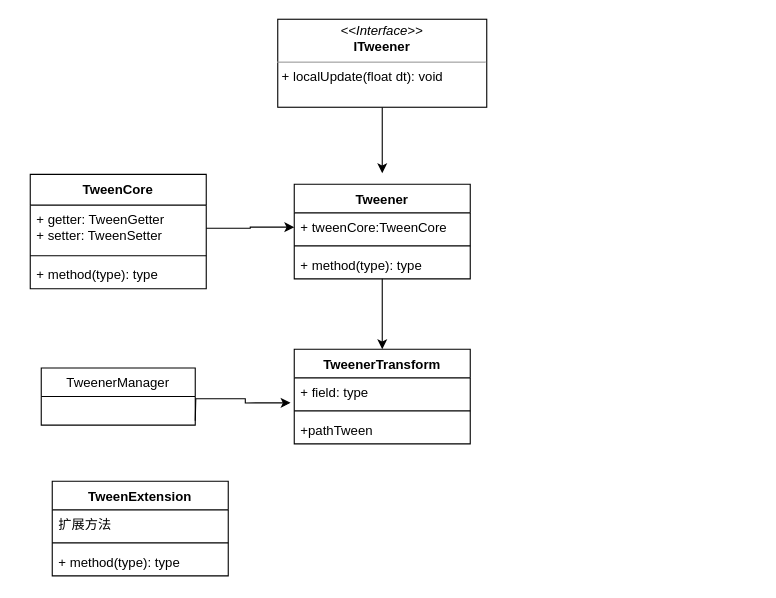
The draw.io diagram Imitate-Soul-Knight-Project/Tween.drawio in AnYueBoy/Imitate-Soul-Knight, before the edit. Source tidied: cells renumbered, new cells numbered last; positions are measured from the earlier drawing's top-left corner, leaving out a move shared by most shapes. Both pictures are drawn from the tidied source at 110%, with x=0, y=0 at pixel (30, 19).
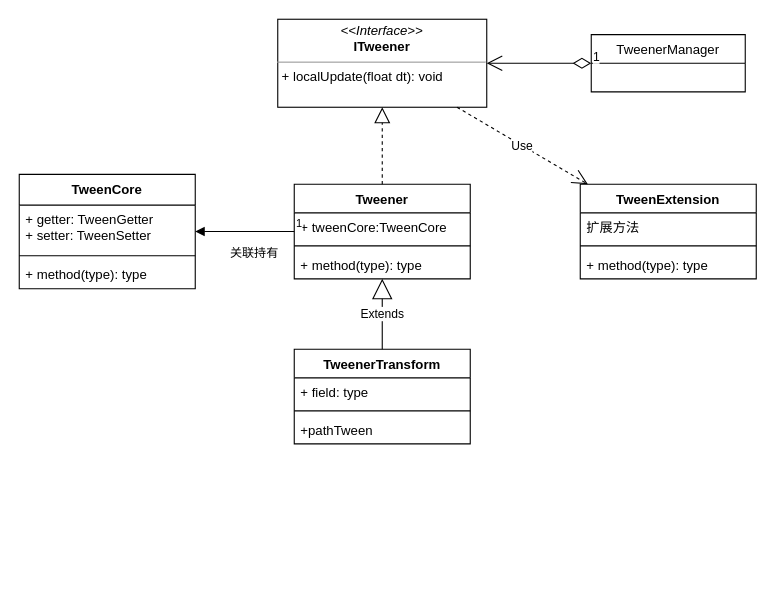
The same page after the edit.

Commit message:
调整Tween的逻辑架构

Unchanged cells that the change refers to:
```xml
<mxCell id="4" value="Tweener&#10;" style="swimlane;fontStyle=1;align=center;verticalAlign=top;horizontal=1;startSize=26;" parent="1" vertex="1">
  <mxGeometry x="240" y="150" width="160" height="86" as="geometry" />
</mxCell>
<mxCell id="5" value="+ tweenCore:TweenCore" style="text;strokeColor=none;fillColor=none;align=left;verticalAlign=top;spacingLeft=4;spacingRight=4;overflow=hidden;points=[[0,0.5],[1,0.5]];portConstraint=eastwest;" parent="4" vertex="1">
  <mxGeometry y="26" width="160" height="26" as="geometry" />
</mxCell>
<mxCell id="9" value="+ getter: TweenGetter&#10;+ setter: TweenSetter" style="text;strokeColor=none;fillColor=none;align=left;verticalAlign=top;spacingLeft=4;spacingRight=4;overflow=hidden;points=[[0,0.5],[1,0.5]];portConstraint=eastwest;" parent="8" vertex="1">
  <mxGeometry y="28" width="160" height="42" as="geometry" />
</mxCell>
<mxCell id="12" value="&lt;p style=&quot;margin: 0px ; margin-top: 4px ; text-align: center&quot;&gt;&lt;i&gt;&amp;lt;&amp;lt;Interface&amp;gt;&amp;gt;&lt;/i&gt;&lt;br&gt;&lt;b&gt;ITweener&lt;/b&gt;&lt;/p&gt;&lt;hr size=&quot;1&quot;&gt;&lt;p style=&quot;margin: 0px ; margin-left: 4px&quot;&gt;+ localUpdate(float dt): void&lt;br&gt;&lt;/p&gt;" style="verticalAlign=top;align=left;overflow=fill;fontSize=12;fontFamily=Helvetica;html=1;" parent="1" vertex="1">
  <mxGeometry x="225" width="190" height="80" as="geometry" />
</mxCell>
<mxCell id="13" value="TweenerTransform" style="swimlane;fontStyle=1;align=center;verticalAlign=top;horizontal=1;startSize=26;" parent="1" vertex="1">
  <mxGeometry x="240" y="300" width="160" height="86" as="geometry" />
</mxCell>
<mxCell id="14" value="+ field: type" style="text;strokeColor=none;fillColor=none;align=left;verticalAlign=top;spacingLeft=4;spacingRight=4;overflow=hidden;points=[[0,0.5],[1,0.5]];portConstraint=eastwest;" parent="13" vertex="1">
  <mxGeometry y="26" width="160" height="26" as="geometry" />
</mxCell>
```

Diff of the diagram source:
```diff
@@
-    <mxCell id="2" style="edgeStyle=orthogonalEdgeStyle;rounded=0;orthogonalLoop=1;jettySize=auto;html=1;" parent="1" edge="1">
-      <mxGeometry relative="1" as="geometry">
-        <mxPoint x="320" y="80" as="sourcePoint" />
-        <mxPoint x="320" y="140" as="targetPoint" />
-      </mxGeometry>
-    </mxCell>
-    <mxCell id="3" style="edgeStyle=orthogonalEdgeStyle;rounded=0;jettySize=auto;html=1;entryX=0.5;entryY=0;entryDx=0;entryDy=0;" parent="1" edge="1" source="4" target="13">
-      <mxGeometry relative="1" as="geometry" />
-    </mxCell>
@@
     <mxCell id="8" value="TweenCore&#10;" style="swimlane;fontStyle=1;align=center;verticalAlign=top;horizontal=1;startSize=28;" parent="1" vertex="1">
-      <mxGeometry y="141" width="160" height="104" as="geometry" />
+      <mxGeometry x="-10" y="141" width="160" height="104" as="geometry" />
     </mxCell>
@@
-    <mxCell id="17" style="edgeStyle=orthogonalEdgeStyle;rounded=0;jettySize=auto;html=1;entryX=0;entryY=0.5;entryDx=0;entryDy=0;" parent="1" edge="1" source="9" target="5">
-      <mxGeometry relative="1" as="geometry" />
-    </mxCell>
     <mxCell id="18" value="TweenerManager" style="swimlane;fontStyle=0;horizontal=1;startSize=26;fillColor=none;" parent="1" vertex="1">
-      <mxGeometry x="10" y="317" width="140" height="52" as="geometry" />
+      <mxGeometry x="510" y="14" width="140" height="52" as="geometry" />
     </mxCell>
-    <mxCell id="19" style="edgeStyle=orthogonalEdgeStyle;rounded=0;jettySize=auto;html=1;exitX=1;exitY=0.5;exitDx=0;exitDy=0;entryX=-0.021;entryY=0.875;entryDx=0;entryDy=0;entryPerimeter=0;" parent="1" edge="1" target="14">
-      <mxGeometry relative="1" as="geometry">
-        <mxPoint x="150" y="365" as="sourcePoint" />
-      </mxGeometry>
-    </mxCell>
     <mxCell id="20" value="TweenExtension" style="swimlane;fontStyle=1;align=center;verticalAlign=top;horizontal=1;startSize=26;" parent="1" vertex="1">
-      <mxGeometry x="20" y="420" width="160" height="86" as="geometry" />
+      <mxGeometry x="500" y="150" width="160" height="86" as="geometry" />
     </mxCell>
@@
+    <mxCell id="24" style="endArrow=block;dashed=1;endFill=0;endSize=12;html=1;exitX=0.5;exitY=0;exitDx=0;exitDy=0;" parent="1" edge="1" source="4" target="12">
+      <mxGeometry relative="1" as="geometry" />
+    </mxCell>
+    <mxCell id="25" value="Extends" style="endArrow=block;endSize=16;endFill=0;html=1;" parent="1" edge="1" source="13" target="4">
+      <mxGeometry relative="1" as="geometry" />
+    </mxCell>
+    <mxCell id="26" value="关联持有" style="endArrow=block;endFill=1;html=1;edgeStyle=orthogonalEdgeStyle;align=left;verticalAlign=top;" parent="1" edge="1" source="4" target="8">
+      <mxGeometry x="0.33" y="7" relative="1" as="geometry" />
+    </mxCell>
+    <mxCell id="27" value="1" style="html=1;align=left;verticalAlign=bottom;labelBackgroundColor=#ffffff;fontSize=10;" parent="26" vertex="1">
+      <mxGeometry x="-1" relative="1" as="geometry" />
+    </mxCell>
+    <mxCell id="28" value="1" style="endArrow=open;html=1;endSize=12;startArrow=diamondThin;startSize=14;startFill=0;edgeStyle=orthogonalEdgeStyle;align=left;verticalAlign=bottom;" parent="1" edge="1" source="18" target="12">
+      <mxGeometry x="-1" y="3" relative="1" as="geometry" />
+    </mxCell>
+    <mxCell id="29" value="Use" style="endArrow=open;endSize=12;dashed=1;html=1;" parent="1" edge="1" source="12" target="20">
+      <mxGeometry relative="1" as="geometry" />
+    </mxCell>
```
